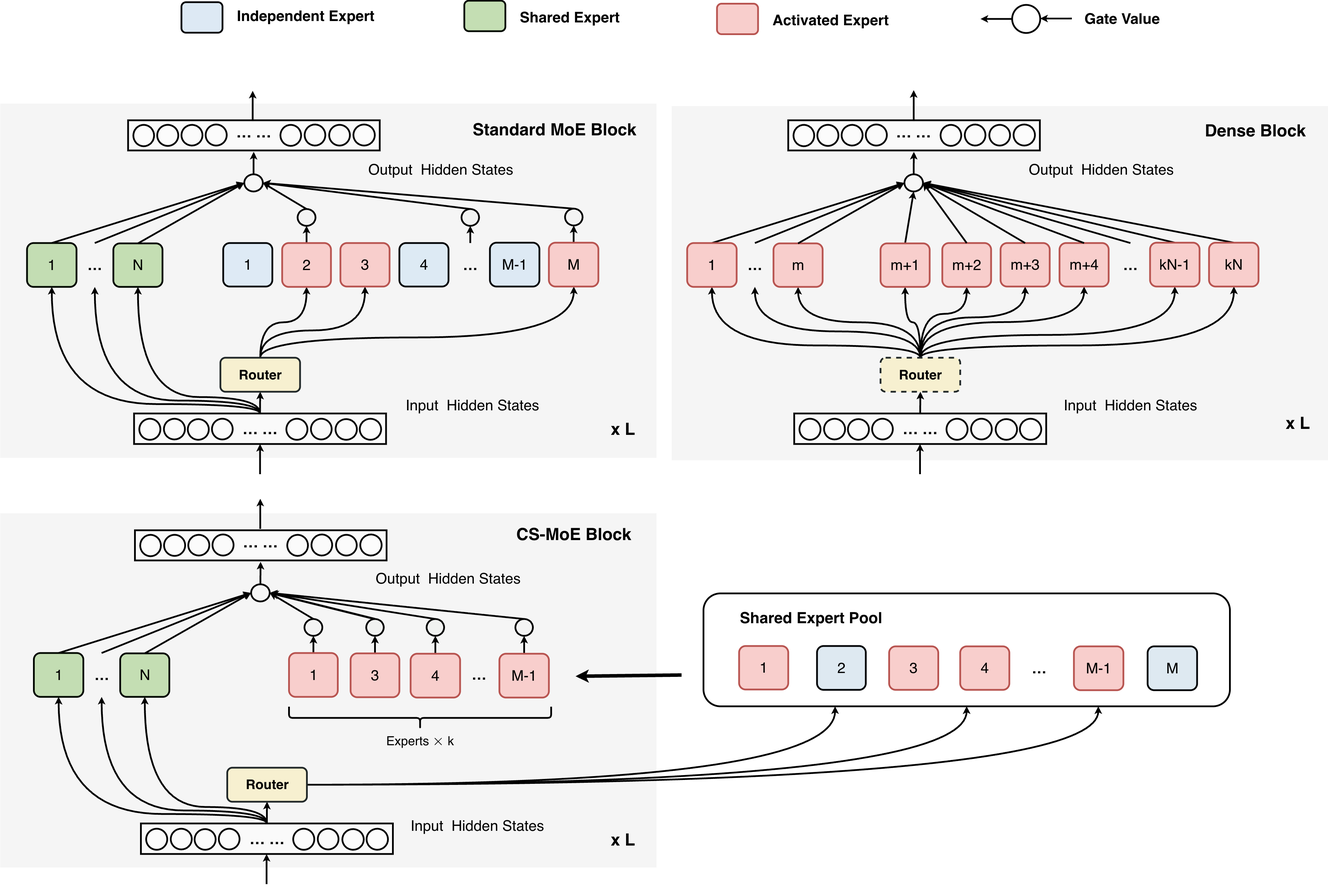
The draw.io diagram figures/moe_merged.png in CESTC-REAL/Self-MoE, before a commit. Source tidied: cells renumbered, new cells last; positions are measured from the earlier drawing's top-left corner, leaving out a move shared by most shapes.
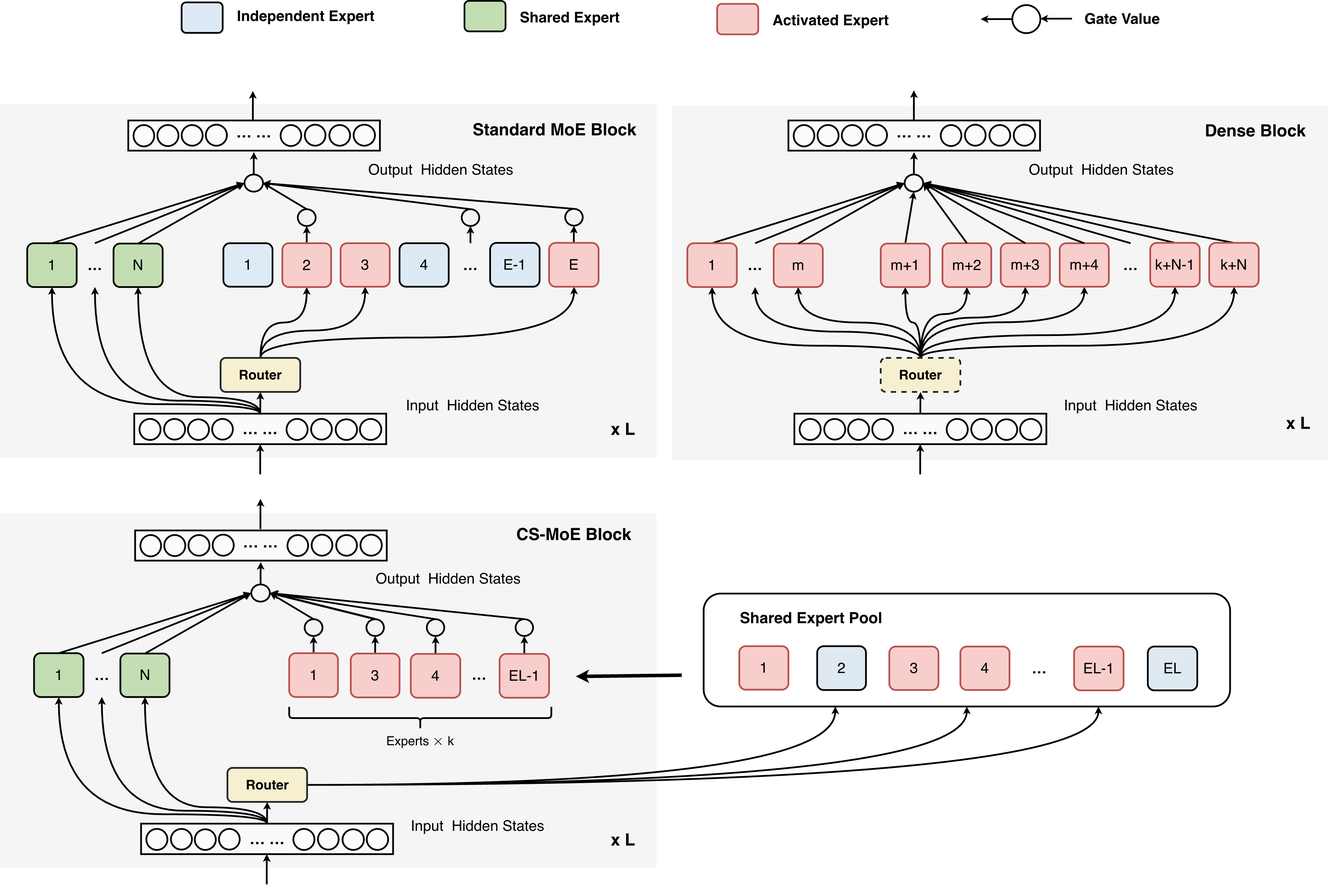
The same file after the commit.

The edit, as a diff of the source:
```diff
@@ -80,13 +80,13 @@
     <mxCell id="18" value="1" style="rounded=1;whiteSpace=wrap;html=1;fillColor=#c3ddb3;strokeColor=#010700;strokeWidth=5;fontSize=42;" parent="1" vertex="1">
       <mxGeometry x="77" y="691" width="141" height="125" as="geometry" />
     </mxCell>
-    <mxCell id="19" value="M-1" style="rounded=1;whiteSpace=wrap;html=1;fillColor=#dde9f4;strokeColor=#010306;strokeWidth=5;fontSize=42;" parent="1" vertex="1">
+    <mxCell id="19" value="E-1" style="rounded=1;whiteSpace=wrap;html=1;fillColor=#dde9f4;strokeColor=#010306;strokeWidth=5;fontSize=42;" parent="1" vertex="1">
       <mxGeometry x="1396" y="690" width="141" height="125" as="geometry" />
     </mxCell>
     <mxCell id="20" style="edgeStyle=orthogonalEdgeStyle;rounded=0;jettySize=auto;html=1;exitX=0.5;exitY=0;exitDx=0;exitDy=0;entryX=0.5;entryY=1;entryDx=0;entryDy=0;fontSize=42;strokeWidth=5;" parent="1" edge="1" source="21" target="52">
       <mxGeometry relative="1" as="geometry" />
     </mxCell>
-    <mxCell id="21" value="M" style="rounded=1;whiteSpace=wrap;html=1;fillColor=#f8cecc;strokeColor=#b85450;strokeWidth=5;fontSize=42;" parent="1" vertex="1">
+    <mxCell id="21" value="E" style="rounded=1;whiteSpace=wrap;html=1;fillColor=#f8cecc;strokeColor=#b85450;strokeWidth=5;fontSize=42;" parent="1" vertex="1">
       <mxGeometry x="1564" y="690" width="141" height="125" as="geometry" />
     </mxCell>
     <mxCell id="22" style="edgeStyle=orthogonalEdgeStyle;rounded=0;jettySize=auto;html=1;exitX=0.5;exitY=0;exitDx=0;exitDy=0;entryX=0.5;entryY=1;entryDx=0;entryDy=0;fontSize=42;strokeWidth=5;" parent="1" edge="1" source="23" target="48">
@@ -292,13 +292,13 @@
     <mxCell id="78" style="rounded=0;jettySize=auto;html=1;exitX=0.5;exitY=0;exitDx=0;exitDy=0;entryX=1;entryY=0.5;entryDx=0;entryDy=0;strokeWidth=5;" parent="1" edge="1" source="79" target="104">
       <mxGeometry relative="1" as="geometry" />
     </mxCell>
-    <mxCell id="79" value="kN-1" style="rounded=1;whiteSpace=wrap;html=1;fillColor=#f8cecc;strokeColor=#b85450;strokeWidth=5;fontSize=42;" parent="1" vertex="1">
+    <mxCell id="79" value="k+N-1" style="rounded=1;whiteSpace=wrap;html=1;fillColor=#f8cecc;strokeColor=#b85450;strokeWidth=5;fontSize=42;" parent="1" vertex="1">
       <mxGeometry x="3277" y="690" width="141" height="125" as="geometry" />
     </mxCell>
     <mxCell id="80" style="rounded=0;jettySize=auto;html=1;exitX=0.5;exitY=0;exitDx=0;exitDy=0;entryX=1;entryY=0.5;entryDx=0;entryDy=0;strokeWidth=5;" parent="1" edge="1" source="81" target="104">
       <mxGeometry relative="1" as="geometry" />
     </mxCell>
-    <mxCell id="81" value="kN" style="rounded=1;whiteSpace=wrap;html=1;fillColor=#f8cecc;strokeColor=#b85450;strokeWidth=5;fontSize=42;" parent="1" vertex="1">
+    <mxCell id="81" value="k+N" style="rounded=1;whiteSpace=wrap;html=1;fillColor=#f8cecc;strokeColor=#b85450;strokeWidth=5;fontSize=42;" parent="1" vertex="1">
       <mxGeometry x="3445" y="690" width="141" height="125" as="geometry" />
     </mxCell>
     <mxCell id="82" value="m+2" style="rounded=1;whiteSpace=wrap;html=1;fillColor=#f8cecc;strokeColor=#b85450;strokeWidth=5;fontSize=42;" parent="1" vertex="1">
@@ -469,7 +469,7 @@
     <mxCell id="130" style="rounded=0;jettySize=auto;html=1;exitX=0.5;exitY=0;exitDx=0;exitDy=0;entryX=0.5;entryY=1;entryDx=0;entryDy=0;strokeWidth=5;" parent="1" edge="1" source="131" target="157">
       <mxGeometry relative="1" as="geometry" />
     </mxCell>
-    <mxCell id="131" value="M-1" style="rounded=1;whiteSpace=wrap;html=1;fillColor=#f8cecc;strokeColor=#b85450;strokeWidth=5;fontSize=42;" parent="1" vertex="1">
+    <mxCell id="131" value="EL-1" style="rounded=1;whiteSpace=wrap;html=1;fillColor=#f8cecc;strokeColor=#b85450;strokeWidth=5;fontSize=42;" parent="1" vertex="1">
       <mxGeometry x="1423" y="1862" width="141" height="125" as="geometry" />
     </mxCell>
     <mxCell id="132" style="edgeStyle=orthogonalEdgeStyle;rounded=0;jettySize=auto;html=1;exitX=0.5;exitY=0;exitDx=0;exitDy=0;entryX=0.5;entryY=1;entryDx=0;entryDy=0;fontSize=42;strokeWidth=5;" parent="1" edge="1" source="133" target="153">
@@ -576,10 +576,10 @@
     <mxCell id="165" value="&lt;font style=&quot;font-size: 48px;&quot;&gt;&lt;b&gt;x L&lt;/b&gt;&lt;/font&gt;" style="text;html=1;whiteSpace=wrap;strokeColor=none;fillColor=none;align=center;verticalAlign=middle;rounded=0;" parent="1" vertex="1">
       <mxGeometry x="1690" y="1160.5" width="170" height="120" as="geometry" />
     </mxCell>
-    <mxCell id="166" value="M-1" style="rounded=1;whiteSpace=wrap;html=1;fillColor=#f8cecc;strokeColor=#b85450;strokeWidth=5;fontSize=42;" parent="1" vertex="1">
+    <mxCell id="166" value="EL-1" style="rounded=1;whiteSpace=wrap;html=1;fillColor=#f8cecc;strokeColor=#b85450;strokeWidth=5;fontSize=42;" parent="1" vertex="1">
       <mxGeometry x="3060" y="1841" width="141" height="125" as="geometry" />
     </mxCell>
-    <mxCell id="167" value="M" style="rounded=1;whiteSpace=wrap;html=1;fillColor=#dee9f1;strokeColor=#000205;strokeWidth=5;fontSize=42;" parent="1" vertex="1">
+    <mxCell id="167" value="EL" style="rounded=1;whiteSpace=wrap;html=1;fillColor=#dee9f1;strokeColor=#000205;strokeWidth=5;fontSize=42;" parent="1" vertex="1">
       <mxGeometry x="3270" y="1841" width="141" height="125" as="geometry" />
     </mxCell>
     <mxCell id="168" value="2" style="rounded=1;whiteSpace=wrap;html=1;fillColor=#dee9f1;strokeColor=#000205;strokeWidth=5;fontSize=42;" parent="1" vertex="1">
```
